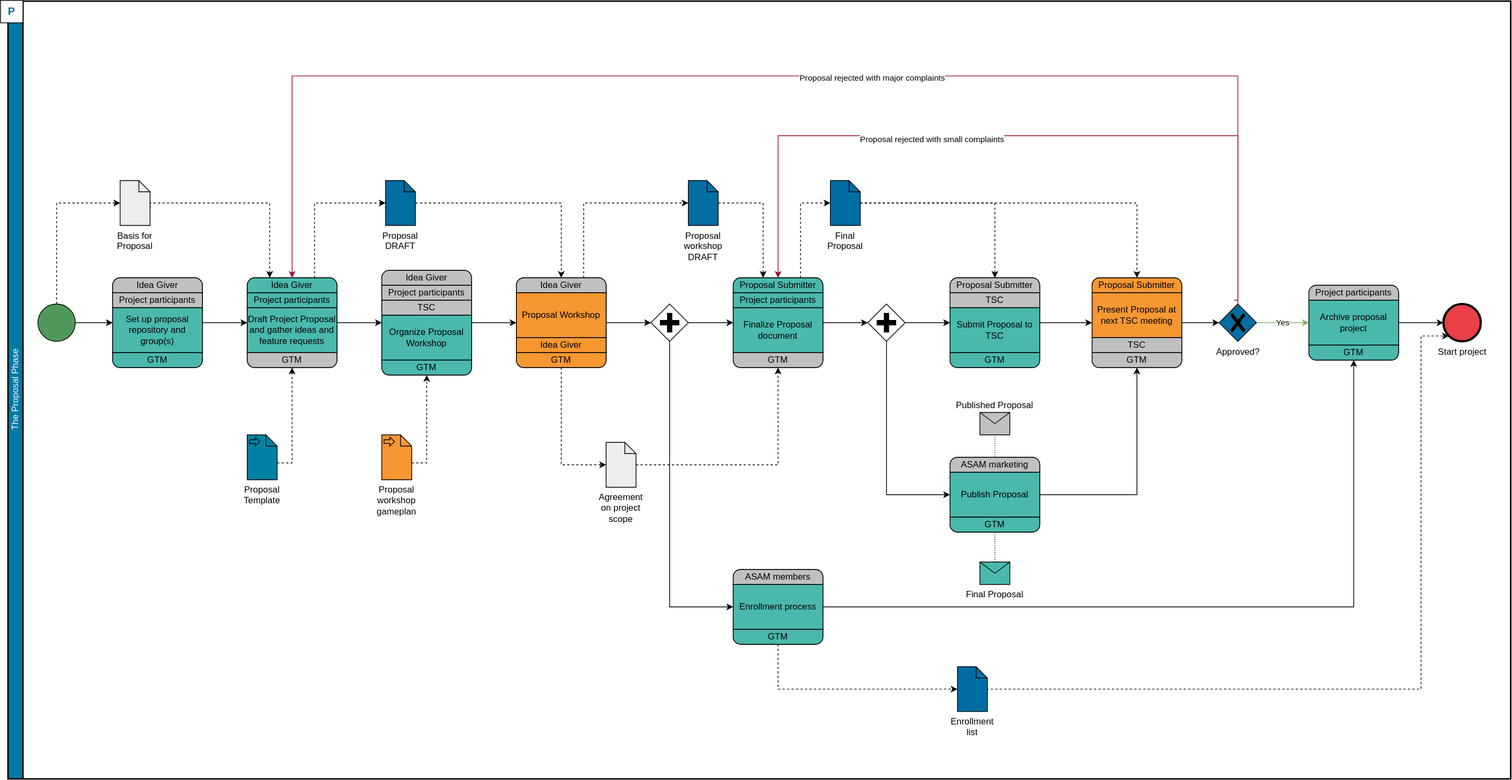
This is content/modules/compendium/assets/images/asam/proposal_phase_v2.drawio.svg from asam-ev/asam-project-guide-content, a draw.io export, as it was before one commit. Source tidied: cells renumbered, new cells last; positions are measured from the earlier drawing's top-left corner, leaving out a move shared by most shapes.
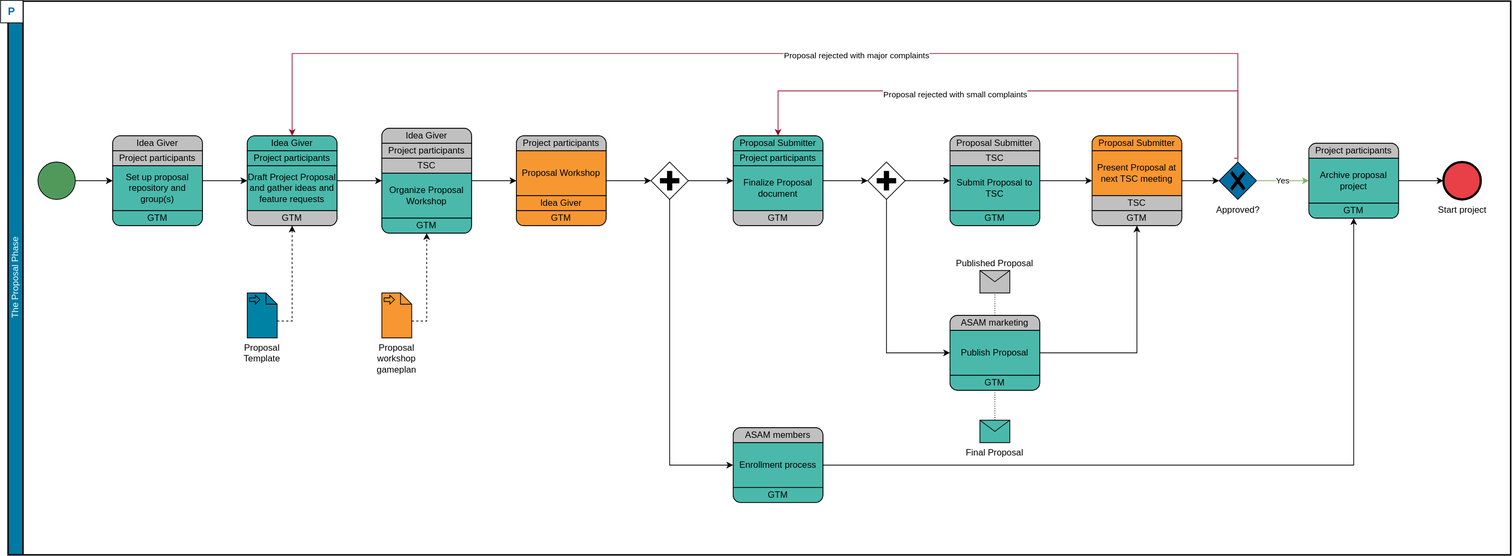
Above is the later version.

Commit message:
Updated proposal phase diagrams and updated the phase_details page (remove section)

What changed in the source:
```diff
@@ -5,3 +5,3 @@
     <mxCell id="2" value="The Proposal Phase" style="swimlane;html=1;startSize=20;fontStyle=0;horizontal=0;swimlaneLine=1;swimlaneFillColor=#ffffff;strokeWidth=2;fillColor=#007AA3;fontColor=#F5FDFF;" parent="1" vertex="1">
-      <mxGeometry x="10" y="1" width="2010" height="1040" as="geometry" />
+      <mxGeometry x="10" y="1" width="2010" height="740" as="geometry" />
     </mxCell>
@@ -11,3 +11,3 @@
     <mxCell id="4" value="Draft Project Proposal, gather ideas and feature requests" style="rounded=1;whiteSpace=wrap;html=1;absoluteArcSize=1;arcSize=20;horizontal=1;fillColor=#4AB9AB;" parent="2" vertex="1">
-      <mxGeometry x="320" y="370" width="120" height="120" as="geometry" />
+      <mxGeometry x="320" y="180" width="120" height="120" as="geometry" />
     </mxCell>
@@ -29,15 +29,6 @@
     <mxCell id="10" value="Proposal Template" style="shape=mxgraph.bpmn.data;labelPosition=center;verticalLabelPosition=bottom;align=center;verticalAlign=top;whiteSpace=wrap;size=15;html=1;bpmnTransferType=input;fillColor=#0082A5;" parent="2" vertex="1">
-      <mxGeometry x="320" y="580" width="40" height="60" as="geometry" />
+      <mxGeometry x="320" y="390" width="40" height="60" as="geometry" />
     </mxCell>
-    <mxCell id="11" style="edgeStyle=orthogonalEdgeStyle;rounded=0;jettySize=auto;html=1;exitX=0.75;exitY=0;exitDx=0;exitDy=0;entryX=0;entryY=0.5;entryDx=0;entryDy=0;entryPerimeter=0;dashed=1;endArrow=classic;endFill=1;" parent="2" edge="1" source="4" target="12">
-      <mxGeometry relative="1" as="geometry" />
-    </mxCell>
-    <mxCell id="12" value="Proposal DRAFT" style="shape=mxgraph.bpmn.data;labelPosition=center;verticalLabelPosition=bottom;align=center;verticalAlign=top;whiteSpace=wrap;size=15;html=1;fillColor=#006EA2;" parent="2" vertex="1">
-      <mxGeometry x="505" y="240" width="40" height="60" as="geometry" />
-    </mxCell>
-    <mxCell id="13" value="Final Proposal" style="shape=mxgraph.bpmn.data;labelPosition=center;verticalLabelPosition=bottom;align=center;verticalAlign=top;whiteSpace=wrap;size=15;html=1;fillColor=#006EA2;" parent="2" vertex="1">
-      <mxGeometry x="1100" y="240" width="40" height="60" as="geometry" />
-    </mxCell>
     <mxCell id="14" style="points=[[0.25,0.25,0],[0.5,0,0],[0.75,0.25,0],[1,0.5,0],[0.75,0.75,0],[0.5,1,0],[0.25,0.75,0],[0,0.5,0]];shape=mxgraph.bpmn.gateway2;html=1;verticalLabelPosition=bottom;labelBackgroundColor=#ffffff;verticalAlign=top;align=center;perimeter=rhombusPerimeter;outlineConnect=0;outline=none;symbol=none;gwType=parallel;" parent="2" vertex="1">
-      <mxGeometry x="860" y="405" width="50" height="50" as="geometry" />
+      <mxGeometry x="860" y="215" width="50" height="50" as="geometry" />
     </mxCell>
@@ -47,3 +38,3 @@
     <mxCell id="16" style="points=[[0.145,0.145,0],[0.5,0,0],[0.855,0.145,0],[1,0.5,0],[0.855,0.855,0],[0.5,1,0],[0.145,0.855,0],[0,0.5,0]];shape=mxgraph.bpmn.event;html=1;verticalLabelPosition=bottom;labelBackgroundColor=#ffffff;verticalAlign=top;align=center;perimeter=ellipsePerimeter;outlineConnect=0;outline=standard;symbol=general;fillColor=#51995B;" parent="2" vertex="1">
-      <mxGeometry x="40" y="405" width="50" height="50" as="geometry" />
+      <mxGeometry x="40" y="215" width="50" height="50" as="geometry" />
     </mxCell>
@@ -53,3 +44,3 @@
     <mxCell id="18" value="Draft Project Proposal, gather ideas and feature requests" style="rounded=1;whiteSpace=wrap;html=1;absoluteArcSize=1;arcSize=20;horizontal=1;fillColor=#4AB9AB;" parent="2" vertex="1">
-      <mxGeometry x="970" y="760" width="120" height="100" as="geometry" />
+      <mxGeometry x="970" y="570" width="120" height="100" as="geometry" />
     </mxCell>
@@ -65,3 +56,3 @@
     <mxCell id="22" value="Draft Project Proposal, gather ideas and feature requests" style="rounded=1;whiteSpace=wrap;html=1;absoluteArcSize=1;arcSize=20;horizontal=1;fillColor=#4AB9AB;" parent="2" vertex="1">
-      <mxGeometry x="1740" y="380" width="120" height="100" as="geometry" />
+      <mxGeometry x="1740" y="190" width="120" height="100" as="geometry" />
     </mxCell>
@@ -77,3 +68,3 @@
     <mxCell id="26" value="Approved?" style="points=[[0.25,0.25,0],[0.5,0,0],[0.75,0.25,0],[1,0.5,0],[0.75,0.75,0],[0.5,1,0],[0.25,0.75,0],[0,0.5,0]];shape=mxgraph.bpmn.gateway2;html=1;verticalLabelPosition=bottom;labelBackgroundColor=#ffffff;verticalAlign=top;align=center;perimeter=rhombusPerimeter;outlineConnect=0;outline=none;symbol=none;gwType=exclusive;fillColor=#006EA2;" parent="2" vertex="1">
-      <mxGeometry x="1620" y="405" width="50" height="50" as="geometry" />
+      <mxGeometry x="1620" y="215" width="50" height="50" as="geometry" />
     </mxCell>
@@ -83,3 +74,3 @@
     <mxCell id="28" value="Draft Project Proposal, gather ideas and feature requests" style="rounded=1;whiteSpace=wrap;html=1;absoluteArcSize=1;arcSize=20;horizontal=1;fillColor=#F69731;" parent="2" vertex="1">
-      <mxGeometry x="1450" y="370" width="120" height="120" as="geometry" />
+      <mxGeometry x="1450" y="180" width="120" height="120" as="geometry" />
     </mxCell>
@@ -101,3 +92,3 @@
     <mxCell id="34" value="Draft Project Proposal, gather ideas and feature requests" style="rounded=1;whiteSpace=wrap;html=1;absoluteArcSize=1;arcSize=20;horizontal=1;fillColor=#4AB9AB;" parent="2" vertex="1">
-      <mxGeometry x="1260" y="610" width="120" height="100" as="geometry" />
+      <mxGeometry x="1260" y="420" width="120" height="100" as="geometry" />
     </mxCell>
@@ -113,3 +104,3 @@
     <mxCell id="38" value="Final Proposal" style="shape=message;fillColor=#4AB9AB;fontSize=12;fontColor=#000000;labelPosition=center;verticalLabelPosition=bottom;align=center;verticalAlign=top;" parent="2" vertex="1">
-      <mxGeometry x="1300" y="750" width="40" height="30" as="geometry" />
+      <mxGeometry x="1300" y="560" width="40" height="30" as="geometry" />
     </mxCell>
@@ -122,3 +113,3 @@
     <mxCell id="41" value="Draft Project Proposal, gather ideas and feature requests" style="rounded=1;whiteSpace=wrap;html=1;absoluteArcSize=1;arcSize=20;horizontal=1;fillColor=#4AB9AB;" parent="2" vertex="1">
-      <mxGeometry x="1260" y="370" width="120" height="120" as="geometry" />
+      <mxGeometry x="1260" y="180" width="120" height="120" as="geometry" />
     </mxCell>
@@ -143,3 +134,3 @@
     <mxCell id="48" value="Draft Project Proposal, gather ideas and feature requests" style="rounded=1;whiteSpace=wrap;html=1;absoluteArcSize=1;arcSize=20;horizontal=1;fillColor=#4AB9AB;" parent="2" vertex="1">
-      <mxGeometry x="970" y="370" width="120" height="120" as="geometry" />
+      <mxGeometry x="970" y="180" width="120" height="120" as="geometry" />
     </mxCell>
@@ -159,6 +150,7 @@
       <mxGeometry relative="1" as="geometry">
-        <mxPoint x="1640" y="400" as="sourcePoint" />
+        <mxPoint x="1640" y="210" as="sourcePoint" />
         <Array as="points">
-          <mxPoint x="1645" y="180" />
-          <mxPoint x="1030" y="180" />
+          <mxPoint x="1645" y="210" />
+          <mxPoint x="1645" y="120" />
+          <mxPoint x="1030" y="120" />
         </Array>
@@ -170,5 +162,5 @@
     <mxCell id="55" value="Draft Project Proposal, gather ideas and feature requests" style="rounded=1;whiteSpace=wrap;html=1;absoluteArcSize=1;arcSize=20;horizontal=1;fillColor=#4AB9AB;" parent="2" vertex="1">
-      <mxGeometry x="680" y="370" width="120" height="120" as="geometry" />
+      <mxGeometry x="680" y="180" width="120" height="120" as="geometry" />
     </mxCell>
-    <mxCell id="56" value="Idea Giver" style="whiteSpace=wrap;html=1;shape=mxgraph.basic.rect;size=10;rectStyle=rounded;bottomRightStyle=square;bottomLeftStyle=square;fillColor=#C0C0C0;" parent="55" vertex="1">
+    <mxCell id="56" value="Project participants" style="whiteSpace=wrap;html=1;shape=mxgraph.basic.rect;size=10;rectStyle=rounded;bottomRightStyle=square;bottomLeftStyle=square;fillColor=#C0C0C0;" parent="55" vertex="1">
       <mxGeometry width="120" height="20" as="geometry" />
@@ -184,13 +176,4 @@
     </mxCell>
-    <mxCell id="60" value="Agreement on project scope" style="shape=mxgraph.bpmn.data;labelPosition=center;verticalLabelPosition=bottom;align=center;verticalAlign=top;whiteSpace=wrap;size=15;html=1;fillColor=#EFEDEB;" parent="2" vertex="1">
-      <mxGeometry x="800" y="590" width="40" height="60" as="geometry" />
-    </mxCell>
-    <mxCell id="61" style="edgeStyle=orthogonalEdgeStyle;rounded=0;jettySize=auto;html=1;entryX=0.5;entryY=1;entryDx=0;entryDy=0;dashed=1;" parent="2" edge="1" source="60" target="48">
-      <mxGeometry relative="1" as="geometry" />
-    </mxCell>
-    <mxCell id="62" style="edgeStyle=orthogonalEdgeStyle;rounded=0;jettySize=auto;html=1;exitX=0.5;exitY=1;exitDx=0;exitDy=0;entryX=0;entryY=0.5;entryDx=0;entryDy=0;entryPerimeter=0;dashed=1;endArrow=classic;endFill=1;" parent="2" edge="1" source="55" target="60">
-      <mxGeometry relative="1" as="geometry" />
-    </mxCell>
     <mxCell id="63" value="Draft Project Proposal, gather ideas and feature requests" style="rounded=1;whiteSpace=wrap;html=1;absoluteArcSize=1;arcSize=20;horizontal=1;fillColor=#4AB9AB;" parent="2" vertex="1">
-      <mxGeometry x="500" y="360" width="120" height="140" as="geometry" />
+      <mxGeometry x="500" y="170" width="120" height="140" as="geometry" />
     </mxCell>
@@ -212,3 +195,3 @@
     <mxCell id="69" value="Proposal workshop gameplan" style="shape=mxgraph.bpmn.data;labelPosition=center;verticalLabelPosition=bottom;align=center;verticalAlign=top;whiteSpace=wrap;size=15;html=1;bpmnTransferType=input;fillColor=#F69731;" parent="2" vertex="1">
-      <mxGeometry x="500" y="580" width="40" height="60" as="geometry" />
+      <mxGeometry x="500" y="390" width="40" height="60" as="geometry" />
     </mxCell>
@@ -229,4 +212,4 @@
         <Array as="points">
-          <mxPoint x="1645" y="100" />
-          <mxPoint x="380" y="100" />
+          <mxPoint x="1645" y="70" />
+          <mxPoint x="380" y="70" />
         </Array>
@@ -237,18 +220,2 @@
     </mxCell>
-    <mxCell id="76" style="edgeStyle=orthogonalEdgeStyle;rounded=0;jettySize=auto;html=1;dashed=1;" parent="2" edge="1" source="13" target="28">
-      <mxGeometry relative="1" as="geometry" />
-    </mxCell>
-    <mxCell id="77" style="edgeStyle=orthogonalEdgeStyle;rounded=0;jettySize=auto;html=1;entryX=0.5;entryY=0;entryDx=0;entryDy=0;dashed=1;" parent="2" edge="1" source="13" target="41">
-      <mxGeometry relative="1" as="geometry">
-        <Array as="points">
-          <mxPoint x="1320" y="270" />
-        </Array>
-      </mxGeometry>
-    </mxCell>
-    <mxCell id="78" style="edgeStyle=orthogonalEdgeStyle;rounded=0;jettySize=auto;html=1;exitX=0.75;exitY=0;exitDx=0;exitDy=0;entryX=0;entryY=0.5;entryDx=0;entryDy=0;entryPerimeter=0;dashed=1;endArrow=classic;endFill=1;" parent="2" edge="1" source="48" target="13">
-      <mxGeometry relative="1" as="geometry" />
-    </mxCell>
-    <mxCell id="79" style="edgeStyle=orthogonalEdgeStyle;rounded=0;jettySize=auto;html=1;entryX=0.5;entryY=0;entryDx=0;entryDy=0;dashed=1;" parent="2" edge="1" source="12" target="55">
-      <mxGeometry relative="1" as="geometry" />
-    </mxCell>
     <mxCell id="80" style="edgeStyle=orthogonalEdgeStyle;rounded=0;jettySize=auto;html=1;exitX=1;exitY=0.5;exitDx=0;exitDy=0;startArrow=none;" parent="2" edge="1" source="14" target="48">
@@ -256,35 +223,4 @@
     </mxCell>
-    <mxCell id="81" value="Proposal workshop DRAFT" style="shape=mxgraph.bpmn.data;labelPosition=center;verticalLabelPosition=bottom;align=center;verticalAlign=top;whiteSpace=wrap;size=15;html=1;fillColor=#006EA2;" parent="2" vertex="1">
-      <mxGeometry x="910" y="240" width="40" height="60" as="geometry" />
-    </mxCell>
-    <mxCell id="82" style="edgeStyle=orthogonalEdgeStyle;rounded=0;jettySize=auto;html=1;dashed=1;" parent="2" edge="1" source="81" target="48">
-      <mxGeometry relative="1" as="geometry">
-        <Array as="points">
-          <mxPoint x="1010" y="270" />
-        </Array>
-      </mxGeometry>
-    </mxCell>
-    <mxCell id="83" style="edgeStyle=orthogonalEdgeStyle;rounded=0;jettySize=auto;html=1;exitX=0.75;exitY=0;exitDx=0;exitDy=0;entryX=0;entryY=0.5;entryDx=0;entryDy=0;entryPerimeter=0;dashed=1;endArrow=classic;endFill=1;" parent="2" edge="1" source="55" target="81">
-      <mxGeometry relative="1" as="geometry" />
-    </mxCell>
-    <mxCell id="84" value="Basis for Proposal" style="shape=mxgraph.bpmn.data;labelPosition=center;verticalLabelPosition=bottom;align=center;verticalAlign=top;whiteSpace=wrap;size=15;html=1;fillColor=#EFEDEB;" parent="2" vertex="1">
-      <mxGeometry x="150" y="240" width="40" height="60" as="geometry" />
-    </mxCell>
-    <mxCell id="85" style="edgeStyle=orthogonalEdgeStyle;rounded=0;jettySize=auto;html=1;entryX=0;entryY=0.5;entryDx=0;entryDy=0;entryPerimeter=0;dashed=1;endArrow=classic;endFill=1;" parent="2" edge="1" source="16" target="84">
-      <mxGeometry relative="1" as="geometry">
-        <Array as="points">
-          <mxPoint x="65" y="270" />
-        </Array>
-      </mxGeometry>
-    </mxCell>
-    <mxCell id="86" style="edgeStyle=orthogonalEdgeStyle;rounded=0;jettySize=auto;html=1;entryX=0.25;entryY=0;entryDx=0;entryDy=0;dashed=1;exitX=0;exitY=0;exitDx=40;exitDy=37.5;exitPerimeter=0;" parent="2" edge="1" source="84" target="4">
-      <mxGeometry relative="1" as="geometry">
-        <Array as="points">
-          <mxPoint x="190" y="270" />
-          <mxPoint x="350" y="270" />
-        </Array>
-      </mxGeometry>
-    </mxCell>
     <mxCell id="87" value="Start project" style="points=[[0.145,0.145,0],[0.5,0,0],[0.855,0.145,0],[1,0.5,0],[0.855,0.855,0],[0.5,1,0],[0.145,0.855,0],[0,0.5,0]];shape=mxgraph.bpmn.event;html=1;verticalLabelPosition=bottom;labelBackgroundColor=#ffffff;verticalAlign=top;align=center;perimeter=ellipsePerimeter;outlineConnect=0;outline=end;symbol=terminate2;fillColor=#E93F47;" parent="2" vertex="1">
-      <mxGeometry x="1920" y="405" width="50" height="50" as="geometry" />
+      <mxGeometry x="1920" y="215" width="50" height="50" as="geometry" />
     </mxCell>
@@ -294,3 +230,3 @@
     <mxCell id="89" value="Draft Project Proposal, gather ideas and feature requests" style="rounded=1;whiteSpace=wrap;html=1;absoluteArcSize=1;arcSize=20;horizontal=1;fillColor=#4AB9AB;" parent="2" vertex="1">
-      <mxGeometry x="140" y="370" width="120" height="120" as="geometry" />
+      <mxGeometry x="140" y="180" width="120" height="120" as="geometry" />
     </mxCell>
@@ -311,17 +247,2 @@
     </mxCell>
-    <mxCell id="95" value="Enrollment list" style="shape=mxgraph.bpmn.data;labelPosition=center;verticalLabelPosition=bottom;align=center;verticalAlign=top;whiteSpace=wrap;size=15;html=1;fillColor=#006EA2;" parent="2" vertex="1">
-      <mxGeometry x="1270" y="890" width="40" height="60" as="geometry" />
-    </mxCell>
-    <mxCell id="96" style="edgeStyle=orthogonalEdgeStyle;rounded=0;jettySize=auto;html=1;exitX=0.5;exitY=1;exitDx=0;exitDy=0;entryX=0;entryY=0.5;entryDx=0;entryDy=0;entryPerimeter=0;dashed=1;endArrow=classic;endFill=1;" parent="2" edge="1" source="18" target="95">
-      <mxGeometry relative="1" as="geometry" />
-    </mxCell>
-    <mxCell id="97" style="edgeStyle=orthogonalEdgeStyle;rounded=0;jettySize=auto;html=1;exitX=0;exitY=0;exitDx=40;exitDy=37.5;entryX=0.145;entryY=0.855;entryDx=0;entryDy=0;entryPerimeter=0;dashed=1;endArrow=classic;endFill=1;exitPerimeter=0;" parent="2" edge="1" source="95" target="87">
-      <mxGeometry relative="1" as="geometry">
-        <Array as="points">
-          <mxPoint x="1310" y="920" />
-          <mxPoint x="1890" y="920" />
-          <mxPoint x="1890" y="448" />
-        </Array>
-      </mxGeometry>
-    </mxCell>
     <mxCell id="98" style="edgeStyle=orthogonalEdgeStyle;rounded=0;jettySize=auto;html=1;entryX=0;entryY=0.5;entryDx=0;entryDy=0;entryPerimeter=0;" parent="2" edge="1" source="55" target="14">
@@ -332,3 +253,3 @@
         <Array as="points">
-          <mxPoint x="1175" y="660" />
+          <mxPoint x="1175" y="470" />
         </Array>
@@ -337,3 +258,3 @@
     <mxCell id="100" style="points=[[0.25,0.25,0],[0.5,0,0],[0.75,0.25,0],[1,0.5,0],[0.75,0.75,0],[0.5,1,0],[0.25,0.75,0],[0,0.5,0]];shape=mxgraph.bpmn.gateway2;html=1;verticalLabelPosition=bottom;labelBackgroundColor=#ffffff;verticalAlign=top;align=center;perimeter=rhombusPerimeter;outlineConnect=0;outline=none;symbol=none;gwType=parallel;" parent="2" vertex="1">
-      <mxGeometry x="1150" y="405" width="50" height="50" as="geometry" />
+      <mxGeometry x="1150" y="215" width="50" height="50" as="geometry" />
     </mxCell>
@@ -343,3 +264,3 @@
     <mxCell id="102" value="Published Proposal" style="shape=message;fillColor=#C0C0C0;verticalAlign=bottom;labelPosition=center;verticalLabelPosition=top;align=center;" parent="2" vertex="1">
-      <mxGeometry x="1300" y="550" width="40" height="30" as="geometry" />
+      <mxGeometry x="1300" y="360" width="40" height="30" as="geometry" />
     </mxCell>
```
